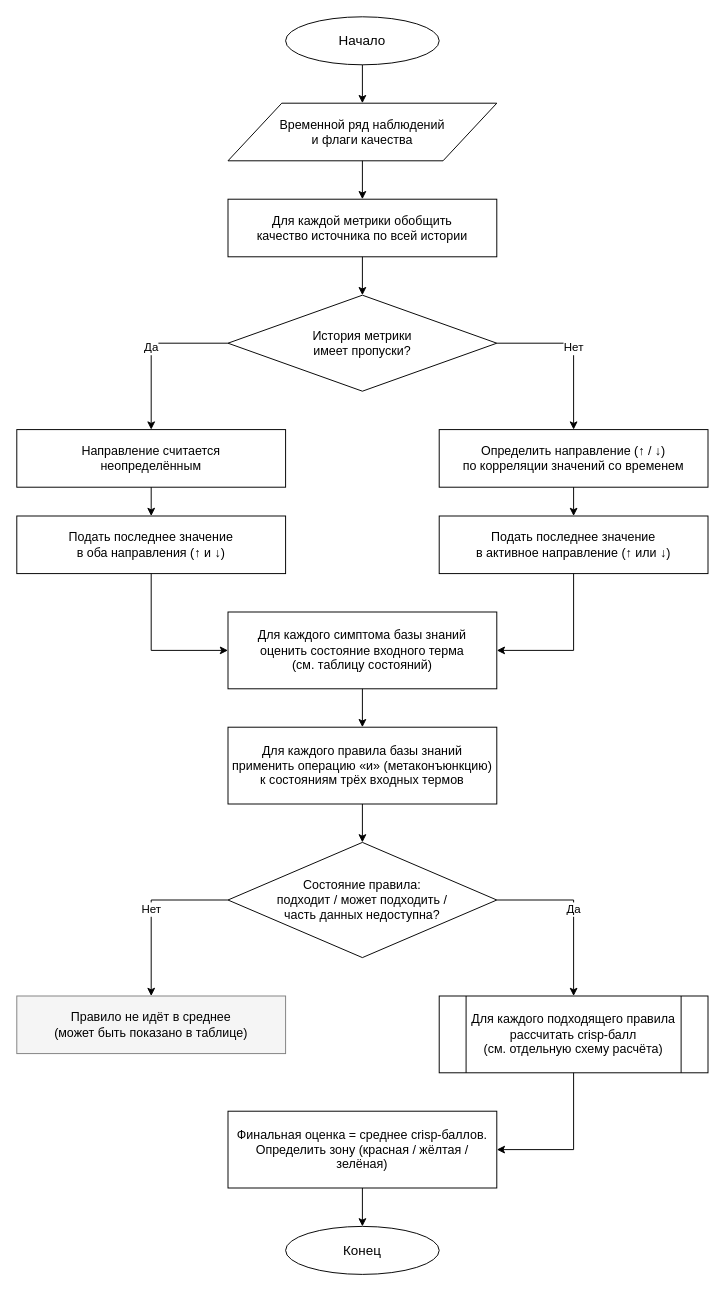
This is samples/test-cases/diagrams/multiop.drawio from arishkaa05/Supplier-Evaluation-System, a draw.io file, before an edit. Source tidied: cells renumbered, new cells numbered last; positions are measured from the earlier drawing's top-left corner, leaving out a move shared by most shapes. Both pictures are drawn from the tidied source at 96%, with x=0, y=0 at pixel (16, 16).
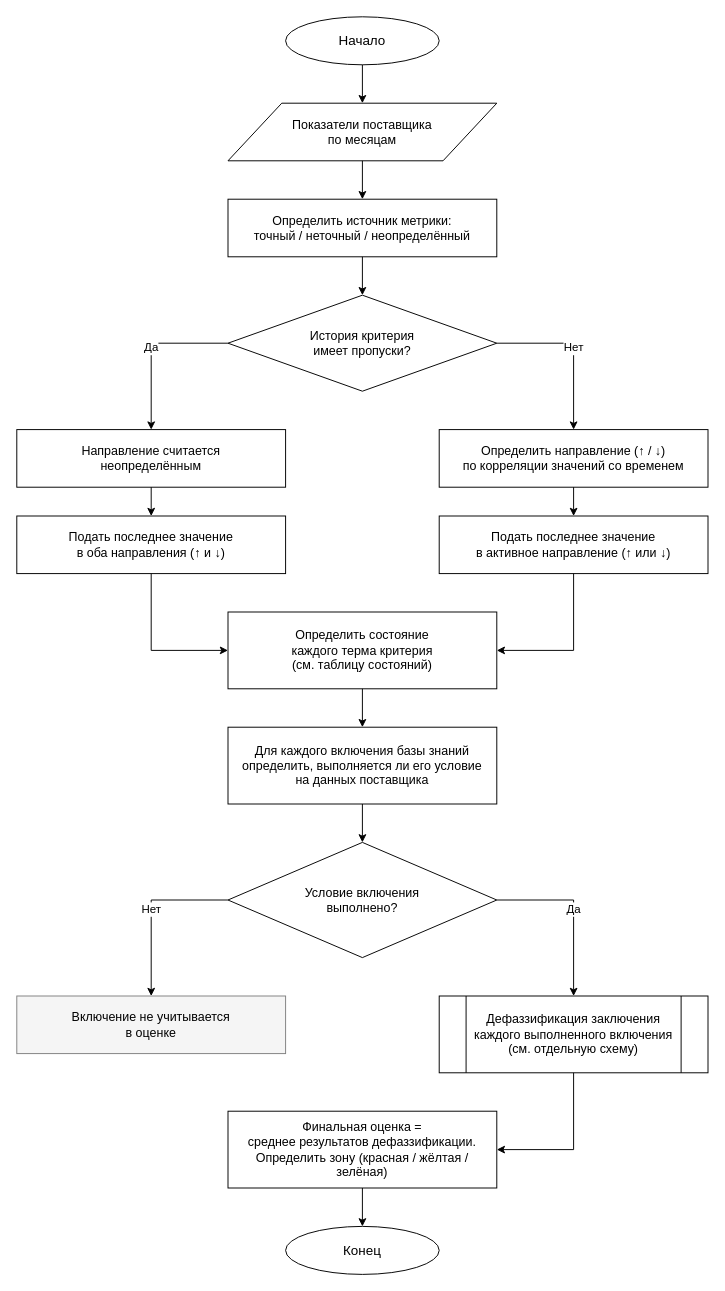
The same diagram, later.

The edit, as a diff of the source:
```diff
@@
-    <mxCell id="3" value="Временной ряд наблюдений&#10;и флаги качества" style="shape=parallelogram;perimeter=parallelogramPerimeter;whiteSpace=wrap;html=1;fillColor=#FFFFFF;strokeColor=#000000;fontSize=13;" parent="1" vertex="1">
+    <mxCell id="3" value="Показатели поставщика&#10;по месяцам" style="shape=parallelogram;perimeter=parallelogramPerimeter;whiteSpace=wrap;html=1;fillColor=#FFFFFF;strokeColor=#000000;fontSize=13;" parent="1" vertex="1">
       <mxGeometry x="220" y="90" width="280" height="60" as="geometry" />
     </mxCell>
-    <mxCell id="4" value="Для каждой метрики обобщить&#10;качество источника по всей истории" style="rounded=0;whiteSpace=wrap;html=1;fillColor=#FFFFFF;strokeColor=#000000;fontSize=13;" parent="1" vertex="1">
+    <mxCell id="4" value="Определить источник метрики:&#10;точный / неточный / неопределённый" style="rounded=0;whiteSpace=wrap;html=1;fillColor=#FFFFFF;strokeColor=#000000;fontSize=13;" parent="1" vertex="1">
       <mxGeometry x="220" y="190" width="280" height="60" as="geometry" />
     </mxCell>
-    <mxCell id="5" value="История метрики&#10;имеет пропуски?" style="rhombus;whiteSpace=wrap;html=1;fillColor=#FFFFFF;strokeColor=#000000;fontSize=13;" parent="1" vertex="1">
+    <mxCell id="5" value="История критерия&#10;имеет пропуски?" style="rhombus;whiteSpace=wrap;html=1;fillColor=#FFFFFF;strokeColor=#000000;fontSize=13;" parent="1" vertex="1">
       <mxGeometry x="220" y="290" width="280" height="100" as="geometry" />
     </mxCell>
@@
-    <mxCell id="10" value="Для каждого симптома базы знаний&#10;оценить состояние входного терма&#10;(см. таблицу состояний)" style="rounded=0;whiteSpace=wrap;html=1;fillColor=#FFFFFF;strokeColor=#000000;fontSize=13;" parent="1" vertex="1">
+    <mxCell id="10" value="Определить состояние&#10;каждого терма критерия&#10;(см. таблицу состояний)" style="rounded=0;whiteSpace=wrap;html=1;fillColor=#FFFFFF;strokeColor=#000000;fontSize=13;" parent="1" vertex="1">
       <mxGeometry x="220" y="620" width="280" height="80" as="geometry" />
     </mxCell>
-    <mxCell id="11" value="Для каждого правила базы знаний&#10;применить операцию «и» (метаконъюнкцию)&#10;к состояниям трёх входных термов" style="rounded=0;whiteSpace=wrap;html=1;fillColor=#FFFFFF;strokeColor=#000000;fontSize=13;" parent="1" vertex="1">
+    <mxCell id="11" value="Для каждого включения базы знаний&#10;определить, выполняется ли его условие&#10;на данных поставщика" style="rounded=0;whiteSpace=wrap;html=1;fillColor=#FFFFFF;strokeColor=#000000;fontSize=13;" parent="1" vertex="1">
       <mxGeometry x="220" y="740" width="280" height="80" as="geometry" />
     </mxCell>
-    <mxCell id="12" value="Состояние правила:&#10;подходит / может подходить /&#10;часть данных недоступна?" style="rhombus;whiteSpace=wrap;html=1;fillColor=#FFFFFF;strokeColor=#000000;fontSize=13;" parent="1" vertex="1">
+    <mxCell id="12" value="Условие включения&#10;выполнено?" style="rhombus;whiteSpace=wrap;html=1;fillColor=#FFFFFF;strokeColor=#000000;fontSize=13;" parent="1" vertex="1">
       <mxGeometry x="220" y="860" width="280" height="120" as="geometry" />
     </mxCell>
-    <mxCell id="13" value="Правило не идёт в среднее&#10;(может быть показано в таблице)" style="rounded=0;whiteSpace=wrap;html=1;fillColor=#F5F5F5;strokeColor=#808080;fontSize=13;" parent="1" vertex="1">
+    <mxCell id="13" value="Включение не учитывается&#10;в оценке" style="rounded=0;whiteSpace=wrap;html=1;fillColor=#F5F5F5;strokeColor=#808080;fontSize=13;" parent="1" vertex="1">
       <mxGeometry y="1020" width="280" height="60" as="geometry" />
     </mxCell>
-    <mxCell id="14" value="Для каждого подходящего правила&#10;рассчитать crisp-балл&#10;(см. отдельную схему расчёта)" style="shape=process;whiteSpace=wrap;html=1;fillColor=#FFFFFF;strokeColor=#000000;fontSize=13;" parent="1" vertex="1">
+    <mxCell id="14" value="Дефаззификация заключения&#10;каждого выполненного включения&#10;(см. отдельную схему)" style="shape=process;whiteSpace=wrap;html=1;fillColor=#FFFFFF;strokeColor=#000000;fontSize=13;" parent="1" vertex="1">
       <mxGeometry x="440" y="1020" width="280" height="80" as="geometry" />
     </mxCell>
-    <mxCell id="15" value="Финальная оценка = среднее crisp-баллов.&#10;Определить зону (красная / жёлтая / зелёная)" style="rounded=0;whiteSpace=wrap;html=1;fillColor=#FFFFFF;strokeColor=#000000;fontSize=13;" parent="1" vertex="1">
+    <mxCell id="15" value="Финальная оценка =&#10;среднее результатов дефаззификации.&#10;Определить зону (красная / жёлтая / зелёная)" style="rounded=0;whiteSpace=wrap;html=1;fillColor=#FFFFFF;strokeColor=#000000;fontSize=13;" parent="1" vertex="1">
       <mxGeometry x="220" y="1140" width="280" height="80" as="geometry" />
     </mxCell>
```
